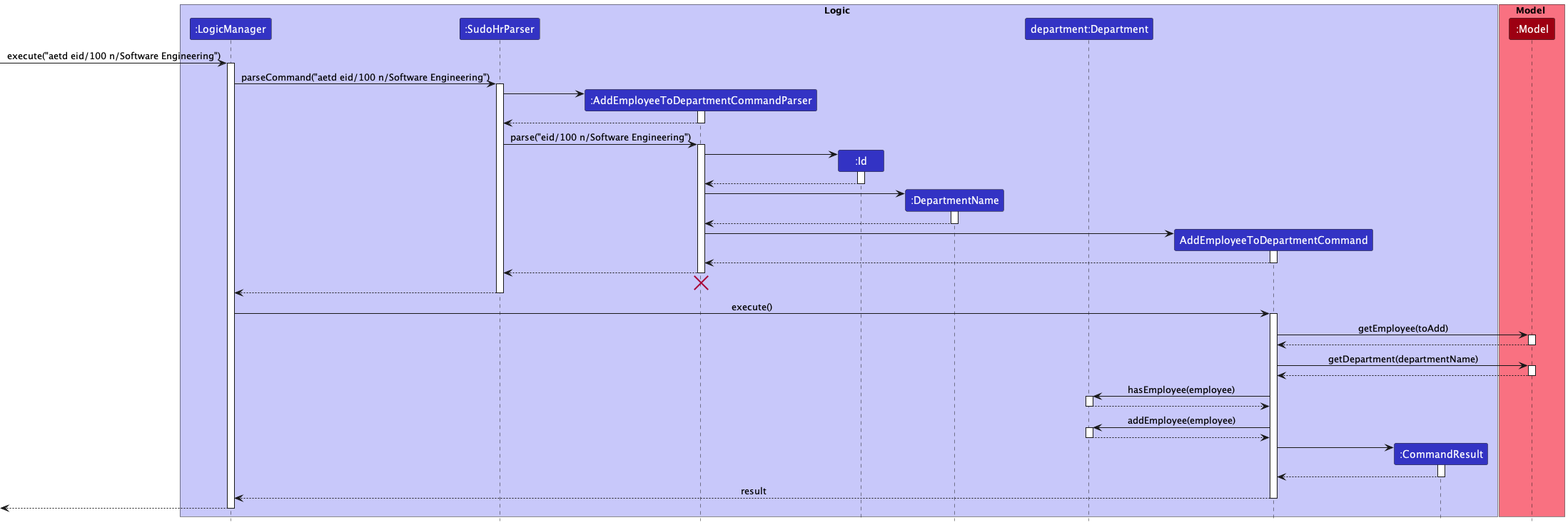
This is docs/images/commands/department/AddEmployeeToDepartmentSequenceDiagram.png from nus-cs2103-AY2223S2/tp, a PlantUML export, as it was before one commit. Its diagram source:
```plantuml
@startuml
!include ../../style.puml

box Logic LOGIC_COLOR_T1
participant ":LogicManager" as LogicManager LOGIC_COLOR
participant ":SudoHrParser" as SudoHrParser LOGIC_COLOR
participant ":AddEmployeeToDepartmentCommandParser" as AddEmployeeToDepartmentCommandParser LOGIC_COLOR
participant ":Id" as Id LOGIC_COLOR
participant ":DepartmentName" as DepartmentName LOGIC_COLOR
participant "department:Department" as Department LOGIC_COLOR
participant "AddEmployeeToDepartmentCommand" as AddEmployeeToDepartmentCommand LOGIC_COLOR
participant ":CommandResult" as CommandResult LOGIC_COLOR
end box

box Model MODEL_COLOR_T1
participant ":Model" as Model MODEL_COLOR
end box

[-> LogicManager : execute("aetd eid/100 n/Software Engineering")
activate LogicManager

LogicManager -> SudoHrParser : parseCommand("aetd eid/100 n/Software Engineering")
activate SudoHrParser

create AddEmployeeToDepartmentCommandParser
SudoHrParser -> AddEmployeeToDepartmentCommandParser
activate AddEmployeeToDepartmentCommandParser

AddEmployeeToDepartmentCommandParser --> SudoHrParser
deactivate AddEmployeeToDepartmentCommandParser

SudoHrParser -> AddEmployeeToDepartmentCommandParser : parse("eid/100 n/Software Engineering")
activate AddEmployeeToDepartmentCommandParser

create Id
AddEmployeeToDepartmentCommandParser -> Id
activate Id

Id --> AddEmployeeToDepartmentCommandParser
deactivate

create DepartmentName
AddEmployeeToDepartmentCommandParser -> DepartmentName
activate DepartmentName

DepartmentName --> AddEmployeeToDepartmentCommandParser
deactivate

create AddEmployeeToDepartmentCommand
AddEmployeeToDepartmentCommandParser -> AddEmployeeToDepartmentCommand
activate AddEmployeeToDepartmentCommand

AddEmployeeToDepartmentCommand --> AddEmployeeToDepartmentCommandParser
deactivate AddEmployeeToDepartmentCommand

AddEmployeeToDepartmentCommandParser --> SudoHrParser
deactivate AddEmployeeToDepartmentCommandParser
AddEmployeeToDepartmentCommandParser -[hidden]-> SudoHrParser
destroy AddEmployeeToDepartmentCommandParser

SudoHrParser --> LogicManager
deactivate SudoHrParser

LogicManager -> AddEmployeeToDepartmentCommand : execute()
activate AddEmployeeToDepartmentCommand

AddEmployeeToDepartmentCommand -> Model : getEmployee(toAdd)
activate Model

Model --> AddEmployeeToDepartmentCommand
deactivate Model

AddEmployeeToDepartmentCommand -> Model : getDepartment(departmentName)
activate Model

Model --> AddEmployeeToDepartmentCommand
deactivate Model

AddEmployeeToDepartmentCommand -> Department : hasEmployee(employee)
activate Department

Department --> AddEmployeeToDepartmentCommand
deactivate Department

AddEmployeeToDepartmentCommand -> Department : addEmployee(employee)
activate Department

Department --> AddEmployeeToDepartmentCommand
deactivate Department

create CommandResult
AddEmployeeToDepartmentCommand -> CommandResult
activate CommandResult

CommandResult --> AddEmployeeToDepartmentCommand
deactivate CommandResult

AddEmployeeToDepartmentCommand --> LogicManager : result
deactivate AddEmployeeToDepartmentCommand

[<--LogicManager
deactivate LogicManager
@enduml
```
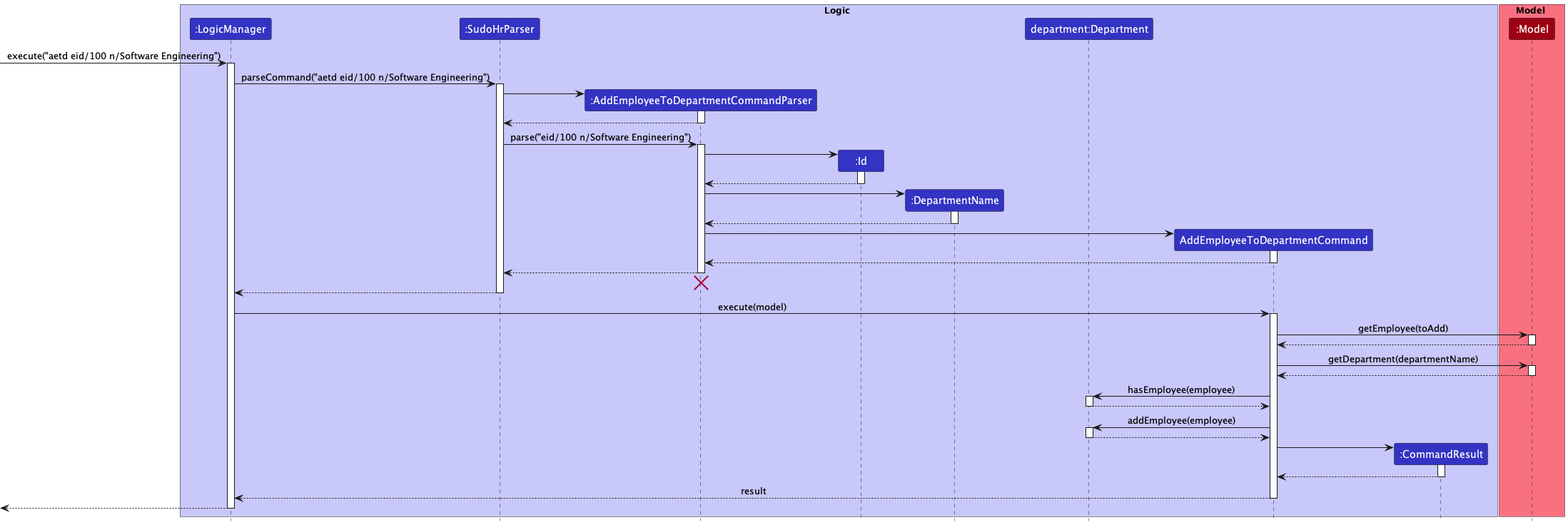
After the commit.

Change to the diagram source:
```diff
@@ -61,7 +61,7 @@
 SudoHrParser --> LogicManager
 deactivate SudoHrParser
 
-LogicManager -> AddEmployeeToDepartmentCommand : execute()
+LogicManager -> AddEmployeeToDepartmentCommand : execute(model)
 activate AddEmployeeToDepartmentCommand
 
 AddEmployeeToDepartmentCommand -> Model : getEmployee(toAdd)
```
